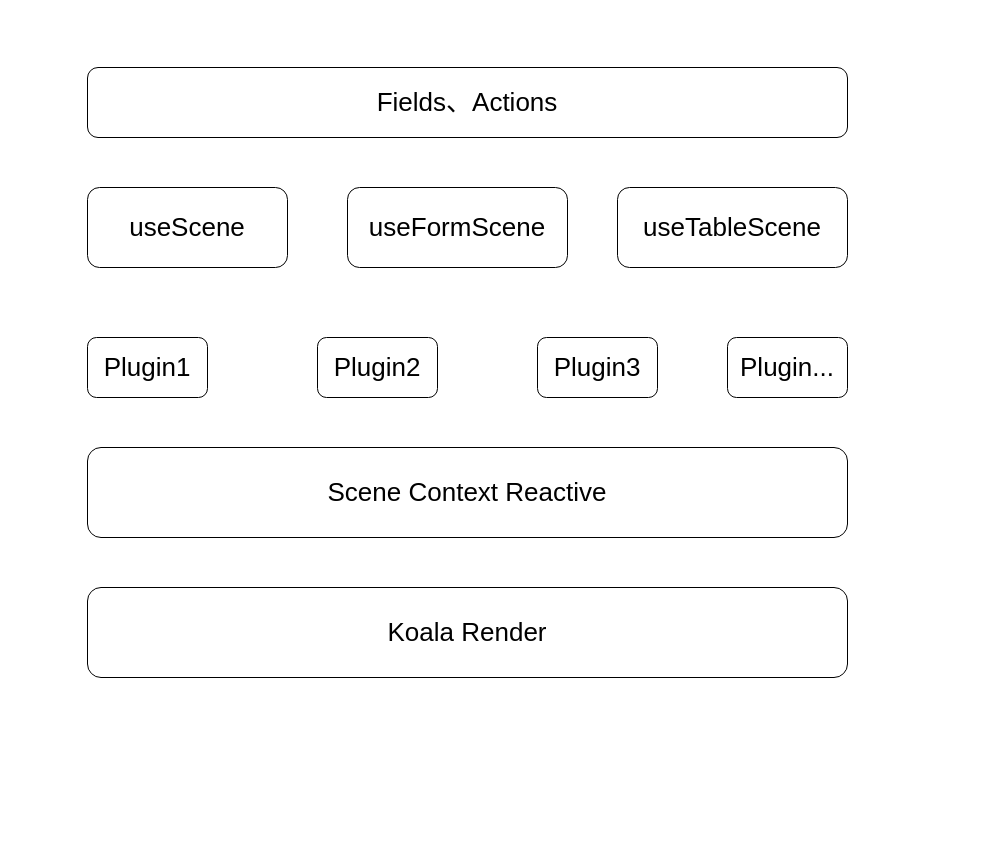
Before: page "原图图" (1 of 2) of desigin.dio in WeBankFinTech/KoalaForm, a draw.io diagram. Source tidied: cells renumbered, new cells numbered last; positions are measured from the earlier drawing's top-left corner, leaving out a move shared by most shapes. Both pictures are drawn from the tidied source at 100%, with x=0, y=0 at pixel (87, 67).
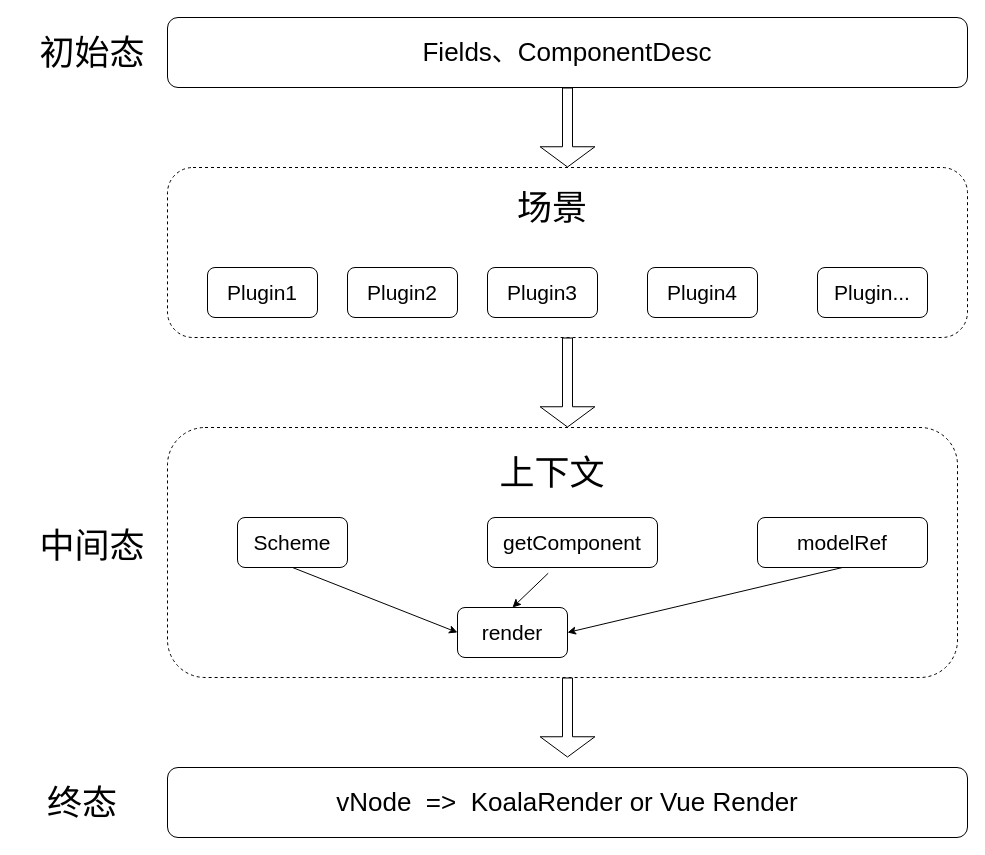
Above is the later version.

Diff of the diagram source:
```diff
@@
-    <mxCell id="2" value="Fields、Actions" style="rounded=1;whiteSpace=wrap;html=1;fontSize=26;fillColor=none;" parent="1" vertex="1">
-      <mxGeometry width="760" height="70" as="geometry" />
+    <mxCell id="2" value="Fields、ComponentDesc" style="rounded=1;whiteSpace=wrap;html=1;fontSize=26;fillColor=none;" parent="1" vertex="1">
+      <mxGeometry x="80" y="-50" width="800" height="70" as="geometry" />
     </mxCell>
-    <mxCell id="3" value="Scene Context Reactive" style="rounded=1;whiteSpace=wrap;html=1;fontSize=26;fillColor=none;" parent="1" vertex="1">
-      <mxGeometry y="380" width="760" height="90" as="geometry" />
-    </mxCell>
-    <mxCell id="4" value="useScene" style="rounded=1;whiteSpace=wrap;html=1;fontSize=26;fillColor=none;" parent="1" vertex="1">
-      <mxGeometry y="120" width="200" height="80" as="geometry" />
-    </mxCell>
-    <mxCell id="5" value="useFormScene" style="rounded=1;whiteSpace=wrap;html=1;fontSize=26;fillColor=none;" parent="1" vertex="1">
-      <mxGeometry x="260" y="120" width="220" height="80" as="geometry" />
-    </mxCell>
-    <mxCell id="6" value="useTableScene" style="rounded=1;whiteSpace=wrap;html=1;fontSize=26;fillColor=none;" parent="1" vertex="1">
-      <mxGeometry x="530" y="120" width="230" height="80" as="geometry" />
-    </mxCell>
+    <mxCell id="12" style="rounded=1;whiteSpace=wrap;html=1;fontSize=26;fillColor=none;dashed=1;" parent="1" vertex="1">
+      <mxGeometry x="80" y="360" width="790" height="250" as="geometry" />
+    </mxCell>
+    <mxCell id="13" style="rounded=1;whiteSpace=wrap;html=1;fontSize=26;fillColor=none;dashed=1;" parent="1" vertex="1">
+      <mxGeometry x="80" y="100" width="800" height="170" as="geometry" />
+    </mxCell>
-    <mxCell id="7" value="Plugin1" style="rounded=1;whiteSpace=wrap;html=1;fontSize=26;fillColor=none;" parent="1" vertex="1">
-      <mxGeometry y="270" width="120" height="60" as="geometry" />
+    <mxCell id="7" value="Plugin1" style="rounded=1;whiteSpace=wrap;html=1;fontSize=21;fillColor=none;" parent="1" vertex="1">
+      <mxGeometry x="120" y="200" width="110" height="50" as="geometry" />
     </mxCell>
+    <mxCell id="14" value="场景" style="text;html=1;strokeColor=none;fillColor=none;align=center;verticalAlign=middle;whiteSpace=wrap;rounded=0;dashed=1;fontSize=35;" parent="1" vertex="1">
+      <mxGeometry x="420" y="120" width="90" height="40" as="geometry" />
+    </mxCell>
-    <mxCell id="8" value="Plugin2" style="rounded=1;whiteSpace=wrap;html=1;fontSize=26;fillColor=none;" parent="1" vertex="1">
-      <mxGeometry x="230" y="270" width="120" height="60" as="geometry" />
+    <mxCell id="8" value="Plugin2" style="rounded=1;whiteSpace=wrap;html=1;fontSize=21;fillColor=none;" parent="1" vertex="1">
+      <mxGeometry x="260" y="200" width="110" height="50" as="geometry" />
     </mxCell>
-    <mxCell id="9" value="Plugin3" style="rounded=1;whiteSpace=wrap;html=1;fontSize=26;fillColor=none;" parent="1" vertex="1">
-      <mxGeometry x="450" y="270" width="120" height="60" as="geometry" />
+    <mxCell id="9" value="Plugin3" style="rounded=1;whiteSpace=wrap;html=1;fontSize=21;fillColor=none;" parent="1" vertex="1">
+      <mxGeometry x="400" y="200" width="110" height="50" as="geometry" />
     </mxCell>
+    <mxCell id="15" value="Plugin4" style="rounded=1;whiteSpace=wrap;html=1;fontSize=21;fillColor=none;" parent="1" vertex="1">
+      <mxGeometry x="560" y="200" width="110" height="50" as="geometry" />
+    </mxCell>
-    <mxCell id="10" value="Plugin..." style="rounded=1;whiteSpace=wrap;html=1;fontSize=26;fillColor=none;" parent="1" vertex="1">
-      <mxGeometry x="640" y="270" width="120" height="60" as="geometry" />
+    <mxCell id="10" value="Plugin..." style="rounded=1;whiteSpace=wrap;html=1;fontSize=21;fillColor=none;" parent="1" vertex="1">
+      <mxGeometry x="730" y="200" width="110" height="50" as="geometry" />
     </mxCell>
-    <mxCell id="11" value="Koala Render" style="rounded=1;whiteSpace=wrap;html=1;fontSize=26;fillColor=none;" parent="1" vertex="1">
-      <mxGeometry y="520" width="760" height="90" as="geometry" />
-    </mxCell>
+    <mxCell id="16" value="上下文" style="text;html=1;strokeColor=none;fillColor=none;align=center;verticalAlign=middle;whiteSpace=wrap;rounded=0;dashed=1;fontSize=35;" parent="1" vertex="1">
+      <mxGeometry x="380" y="380" width="170" height="50" as="geometry" />
+    </mxCell>
+    <mxCell id="17" value="Scheme" style="rounded=1;whiteSpace=wrap;html=1;fontSize=21;fillColor=none;" parent="1" vertex="1">
+      <mxGeometry x="150" y="450" width="110" height="50" as="geometry" />
+    </mxCell>
+    <mxCell id="18" value="render" style="rounded=1;whiteSpace=wrap;html=1;fontSize=21;fillColor=none;" parent="1" vertex="1">
+      <mxGeometry x="370" y="540" width="110" height="50" as="geometry" />
+    </mxCell>
+    <mxCell id="19" value="getComponent" style="rounded=1;whiteSpace=wrap;html=1;fontSize=21;fillColor=none;" parent="1" vertex="1">
+      <mxGeometry x="400" y="450" width="170" height="50" as="geometry" />
+    </mxCell>
+    <mxCell id="20" value="modelRef" style="rounded=1;whiteSpace=wrap;html=1;fontSize=21;fillColor=none;" parent="1" vertex="1">
+      <mxGeometry x="670" y="450" width="170" height="50" as="geometry" />
+    </mxCell>
+    <mxCell id="21" style="shape=flexArrow;endArrow=classic;html=1;fontSize=35;exitX=0.5;exitY=1;exitDx=0;exitDy=0;endWidth=43.75;endSize=6.4125;" parent="1" edge="1" source="13">
+      <mxGeometry relative="1" as="geometry">
+        <mxPoint x="480" y="360" as="targetPoint" />
+      </mxGeometry>
+    </mxCell>
+    <mxCell id="22" style="shape=flexArrow;endArrow=classic;html=1;fontSize=35;exitX=0.5;exitY=1;exitDx=0;exitDy=0;endWidth=43.75;endSize=6.4125;entryX=0.5;entryY=0;entryDx=0;entryDy=0;" parent="1" edge="1" source="2" target="13">
+      <mxGeometry relative="1" as="geometry" />
+    </mxCell>
+    <mxCell id="23" style="endArrow=classic;html=1;fontSize=35;exitX=0.5;exitY=1;exitDx=0;exitDy=0;entryX=0;entryY=0.5;entryDx=0;entryDy=0;" parent="1" edge="1" source="17" target="18">
+      <mxGeometry relative="1" as="geometry" />
+    </mxCell>
+    <mxCell id="24" style="endArrow=classic;html=1;fontSize=35;exitX=0.357;exitY=1.115;exitDx=0;exitDy=0;entryX=0.5;entryY=0;entryDx=0;entryDy=0;exitPerimeter=0;" parent="1" edge="1" source="19" target="18">
+      <mxGeometry relative="1" as="geometry" />
+    </mxCell>
+    <mxCell id="25" style="endArrow=classic;html=1;fontSize=35;exitX=0.5;exitY=1;exitDx=0;exitDy=0;entryX=1;entryY=0.5;entryDx=0;entryDy=0;" parent="1" edge="1" source="20" target="18">
+      <mxGeometry relative="1" as="geometry" />
+    </mxCell>
+    <mxCell id="26" value="vNode&amp;nbsp; =&amp;gt;&amp;nbsp; KoalaRender or Vue Render" style="rounded=1;whiteSpace=wrap;html=1;fontSize=26;fillColor=none;" parent="1" vertex="1">
+      <mxGeometry x="80" y="700" width="800" height="70" as="geometry" />
+    </mxCell>
+    <mxCell id="27" style="shape=flexArrow;endArrow=classic;html=1;fontSize=35;exitX=0.5;exitY=1;exitDx=0;exitDy=0;endWidth=43.75;endSize=6.4125;entryX=0.5;entryY=0;entryDx=0;entryDy=0;" parent="1" edge="1">
+      <mxGeometry relative="1" as="geometry">
+        <mxPoint x="480" y="610" as="sourcePoint" />
+        <mxPoint x="480" y="690" as="targetPoint" />
+      </mxGeometry>
+    </mxCell>
+    <mxCell id="28" value="初始态" style="text;html=1;strokeColor=none;fillColor=none;align=center;verticalAlign=middle;whiteSpace=wrap;rounded=0;dashed=1;fontSize=35;" parent="1" vertex="1">
+      <mxGeometry x="-60" y="-37.5" width="130" height="45" as="geometry" />
+    </mxCell>
+    <mxCell id="29" value="中间态" style="text;html=1;strokeColor=none;fillColor=none;align=center;verticalAlign=middle;whiteSpace=wrap;rounded=0;dashed=1;fontSize=35;" parent="1" vertex="1">
+      <mxGeometry x="-60" y="455" width="130" height="45" as="geometry" />
+    </mxCell>
+    <mxCell id="30" value="终态" style="text;html=1;strokeColor=none;fillColor=none;align=center;verticalAlign=middle;whiteSpace=wrap;rounded=0;dashed=1;fontSize=35;" parent="1" vertex="1">
+      <mxGeometry x="-70" y="712.5" width="130" height="45" as="geometry" />
+    </mxCell>
```
